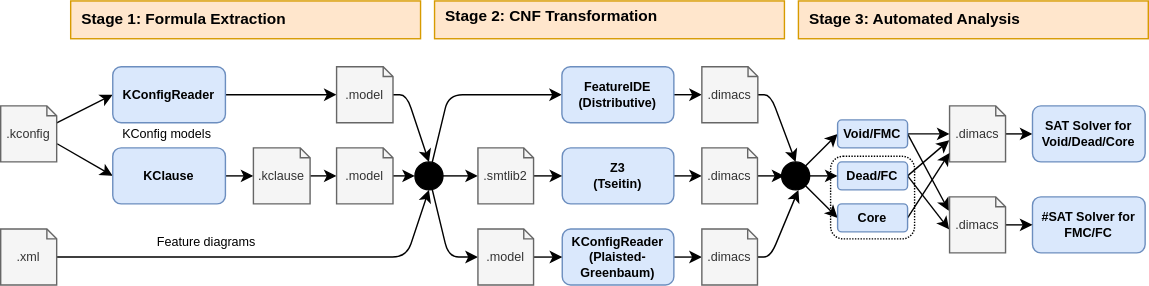
This is stages.svg from ekuiter/tseitin-or-not-tseitin, a draw.io export, as it was before one commit. Source tidied: cells renumbered, new cells last; positions are measured from the earlier drawing's top-left corner, leaving out a move shared by most shapes.
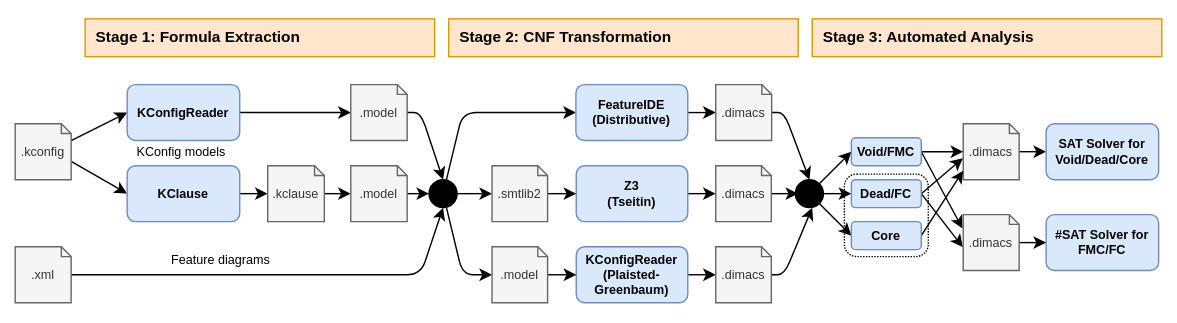
Above is the later version.

The edit, as a diff of the source:
```diff
@@ -2,6 +2,9 @@
   <root>
     <mxCell id="0" />
     <mxCell id="1" parent="0" />
+    <mxCell id="64" style="whiteSpace=wrap;html=1;strokeColor=none;" parent="1" vertex="1">
+      <mxGeometry x="-10" y="-13" width="840" height="230" as="geometry" />
+    </mxCell>
     <mxCell id="2" style="rounded=1;whiteSpace=wrap;html=1;dashed=1;dashPattern=1 1;" parent="1" vertex="1">
       <mxGeometry x="593" y="111" width="60" height="59" as="geometry" />
     </mxCell>
@@ -206,7 +209,7 @@
       <mxGeometry x="310" width="250" height="27" as="geometry" />
     </mxCell>
     <mxCell id="58" value="&lt;span style=&quot;font-size: 11px&quot;&gt;Stage 2: CNF Transformation&lt;/span&gt;" style="text;html=1;strokeColor=none;fillColor=none;align=left;verticalAlign=middle;whiteSpace=wrap;rounded=0;shadow=0;glass=0;labelBackgroundColor=none;sketch=0;fontSize=11;fontStyle=1;" parent="1" vertex="1">
-      <mxGeometry x="316" y="6" width="240" height="10" as="geometry" />
+      <mxGeometry x="316" y="8" width="240" height="10" as="geometry" />
     </mxCell>
     <mxCell id="59" style="text;strokeColor=#d79b00;fillColor=#ffe6cc;align=center;verticalAlign=middle;rounded=0;shadow=0;glass=0;labelBackgroundColor=none;sketch=0;fontSize=9;fontStyle=0;" parent="1" vertex="1">
       <mxGeometry x="570" width="250" height="27" as="geometry" />
```
